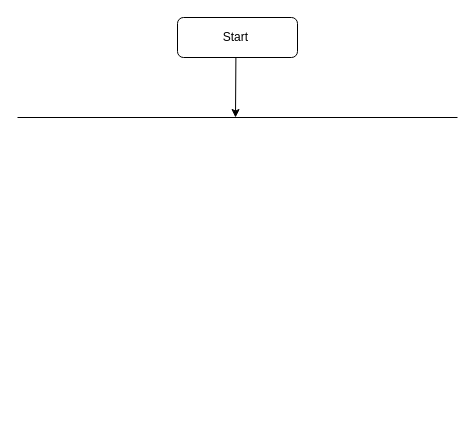
The draw.io diagram Untitled Diagram.drawio in KieuminhBui/githubtest, before the edit. Source tidied: cells renumbered, new cells numbered last; positions are measured from the earlier drawing's top-left corner, leaving out a move shared by most shapes. Both pictures are drawn from the tidied source at 100%, with x=0, y=0 at pixel (17, 17).
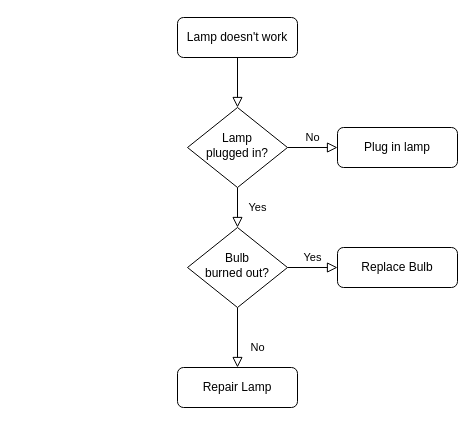
The same page after the edit.

The edit, as a diff of the source:
```diff
@@
 <mxGraphModel>
   <root>
     <mxCell id="0" />
     <mxCell id="1" parent="0" />
+    <mxCell id="5" style="rounded=0;html=1;jettySize=auto;fontSize=11;endArrow=block;endFill=0;endSize=8;strokeWidth=1;shadow=0;labelBackgroundColor=none;edgeStyle=orthogonalEdgeStyle;" parent="1" edge="1" source="2" target="8">
+      <mxGeometry relative="1" as="geometry" />
+    </mxCell>
-    <mxCell id="2" value="Start&amp;nbsp;" style="rounded=1;whiteSpace=wrap;html=1;fontSize=12;glass=0;strokeWidth=1;shadow=0;" parent="1" vertex="1">
+    <mxCell id="2" value="Lamp doesn't work" style="rounded=1;whiteSpace=wrap;html=1;fontSize=12;glass=0;strokeWidth=1;shadow=0;" parent="1" vertex="1">
       <mxGeometry x="160" width="120" height="40" as="geometry" />
     </mxCell>
-    <mxCell id="3" style="endArrow=classic;html=1;rounded=0;exitX=0.428;exitY=1;exitDx=0;exitDy=0;exitPerimeter=0;" parent="1" edge="1">
-      <mxGeometry relative="1" as="geometry">
-        <mxPoint x="218.4" y="40" as="sourcePoint" />
-        <mxPoint x="218" y="100" as="targetPoint" />
-      </mxGeometry>
-    </mxCell>
-    <mxCell id="4" style="endArrow=none;html=1;rounded=0;" parent="1" edge="1">
-      <mxGeometry relative="1" as="geometry">
-        <mxPoint y="100" as="sourcePoint" />
-        <mxPoint x="440" y="100" as="targetPoint" />
-        <Array as="points">
-          <mxPoint y="100" />
-        </Array>
-      </mxGeometry>
-    </mxCell>
+    <mxCell id="6" value="Yes" style="rounded=0;html=1;jettySize=auto;fontSize=11;endArrow=block;endFill=0;endSize=8;strokeWidth=1;shadow=0;labelBackgroundColor=none;edgeStyle=orthogonalEdgeStyle;" parent="1" edge="1" source="8" target="12">
+      <mxGeometry y="20" relative="1" as="geometry" />
+    </mxCell>
+    <mxCell id="7" value="No" style="edgeStyle=orthogonalEdgeStyle;rounded=0;html=1;jettySize=auto;fontSize=11;endArrow=block;endFill=0;endSize=8;strokeWidth=1;shadow=0;labelBackgroundColor=none;" parent="1" edge="1" source="8" target="9">
+      <mxGeometry y="10" relative="1" as="geometry" />
+    </mxCell>
+    <mxCell id="8" value="Lamp&lt;br&gt;plugged in?" style="rhombus;whiteSpace=wrap;html=1;shadow=0;fontFamily=Helvetica;fontSize=12;align=center;strokeWidth=1;spacing=6;spacingTop=-4;" parent="1" vertex="1">
+      <mxGeometry x="170" y="90" width="100" height="80" as="geometry" />
+    </mxCell>
+    <mxCell id="9" value="Plug in lamp" style="rounded=1;whiteSpace=wrap;html=1;fontSize=12;glass=0;strokeWidth=1;shadow=0;" parent="1" vertex="1">
+      <mxGeometry x="320" y="110" width="120" height="40" as="geometry" />
+    </mxCell>
+    <mxCell id="10" value="No" style="rounded=0;html=1;jettySize=auto;fontSize=11;endArrow=block;endFill=0;endSize=8;strokeWidth=1;shadow=0;labelBackgroundColor=none;edgeStyle=orthogonalEdgeStyle;" parent="1" edge="1" source="12" target="13">
+      <mxGeometry x="0.33" y="20" relative="1" as="geometry" />
+    </mxCell>
+    <mxCell id="11" value="Yes" style="edgeStyle=orthogonalEdgeStyle;rounded=0;html=1;jettySize=auto;fontSize=11;endArrow=block;endFill=0;endSize=8;strokeWidth=1;shadow=0;labelBackgroundColor=none;" parent="1" edge="1" source="12" target="14">
+      <mxGeometry y="10" relative="1" as="geometry" />
+    </mxCell>
+    <mxCell id="12" value="Bulb&lt;br&gt;burned out?" style="rhombus;whiteSpace=wrap;html=1;shadow=0;fontFamily=Helvetica;fontSize=12;align=center;strokeWidth=1;spacing=6;spacingTop=-4;" parent="1" vertex="1">
+      <mxGeometry x="170" y="210" width="100" height="80" as="geometry" />
+    </mxCell>
+    <mxCell id="13" value="Repair Lamp" style="rounded=1;whiteSpace=wrap;html=1;fontSize=12;glass=0;strokeWidth=1;shadow=0;" parent="1" vertex="1">
+      <mxGeometry x="160" y="350" width="120" height="40" as="geometry" />
+    </mxCell>
+    <mxCell id="14" value="Replace Bulb" style="rounded=1;whiteSpace=wrap;html=1;fontSize=12;glass=0;strokeWidth=1;shadow=0;" parent="1" vertex="1">
+      <mxGeometry x="320" y="230" width="120" height="40" as="geometry" />
+    </mxCell>
   </root>
 </mxGraphModel>
```
